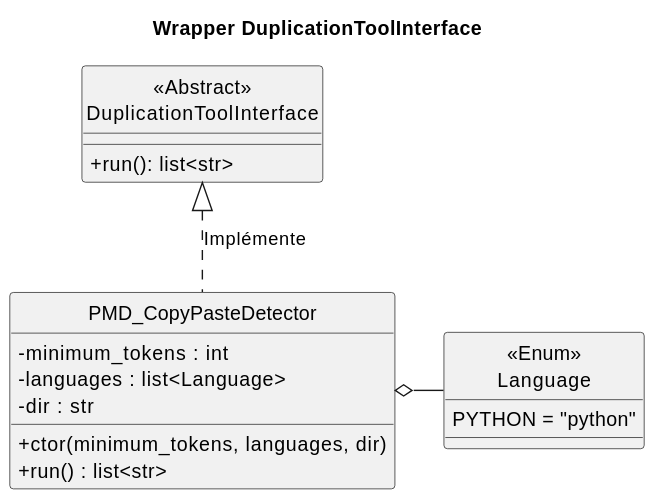
CAMaji/technical_debts keeps this PlantUML diagram as doc/wiki/puml/duplication_pmd_cpd.svg. Above is the earlier version.
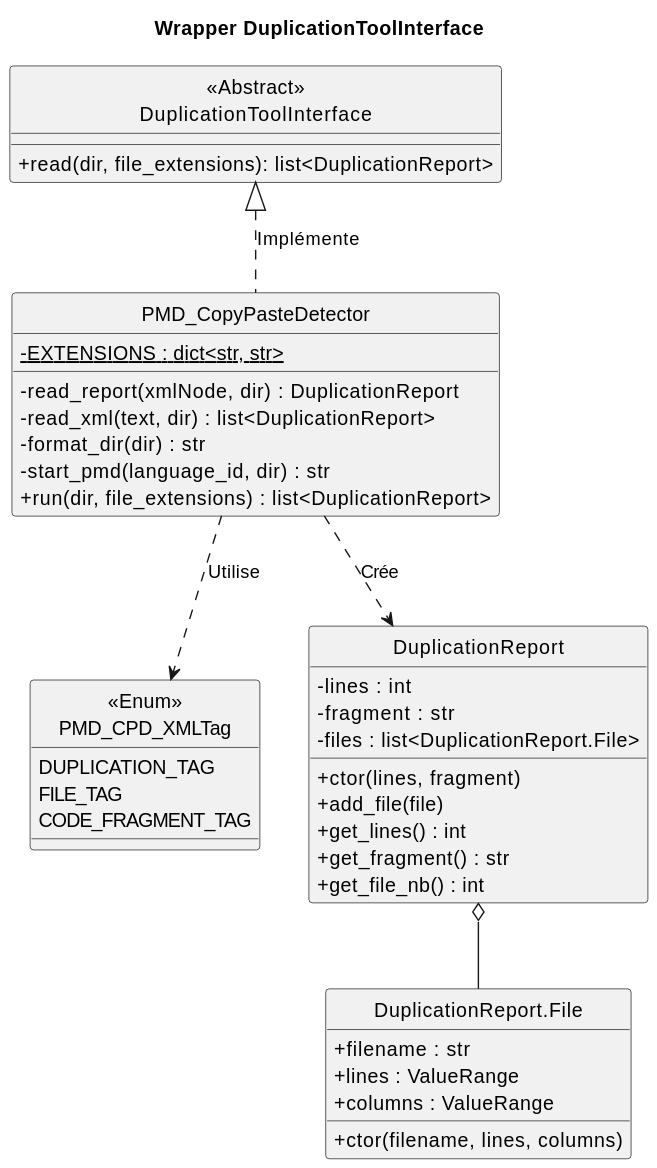
Above is the later version.

Commit message:
ajout documentation duplication

What changed in the source:
```diff
@@ -4,21 +4,44 @@
 title Wrapper DuplicationToolInterface
 
 class "<<Abstract>>\nDuplicationToolInterface" as DuplicationToolInterface {
-    + run(): list<str>
-}
-
-enum "<<Enum>>\nLanguage" as PMD_CPD_Language {
-    PYTHON = "python"
+    + read(dir, file_extensions): list<DuplicationReport>
 }
 
 class PMD_CopyPasteDetector {
-    - minimum_tokens : int
-    - languages : list<Language>
-    - dir : str
-    + ctor(minimum_tokens, languages, dir)
-    + run() : list<str>
+    - {static} EXTENSIONS : dict<str, str>
+    - read_report(xmlNode, dir) : DuplicationReport
+    - read_xml(text, dir) : list<DuplicationReport>
+    - format_dir(dir) : str
+    - start_pmd(language_id, dir) : str
+    + run(dir, file_extensions) : list<DuplicationReport>
 }
 
+enum "<<Enum>>\nPMD_CPD_XMLTag" as PMD_CPD_XMLTag {
+    DUPLICATION_TAG
+    FILE_TAG
+    CODE_FRAGMENT_TAG
+}
+
+class DuplicationReport {
+    - lines : int
+    - fragment : str
+    - files : list<DuplicationReport.File>
+    + ctor(lines, fragment)
+    + add_file(file)
+    + get_lines() : int
+    + get_fragment() : str
+    + get_file_nb() : int
+}
+
+class "DuplicationReport.File" as DRFile {
+    + filename : str
+    + lines : ValueRange
+    + columns : ValueRange
+    + ctor(filename, lines, columns)
+}
+
+DuplicationReport o-down- DRFile
 PMD_CopyPasteDetector .up.|> DuplicationToolInterface : "Implémente"
-PMD_CopyPasteDetector o-right- PMD_CPD_Language
+PMD_CopyPasteDetector .down.> PMD_CPD_XMLTag : "Utilise"
+PMD_CopyPasteDetector .down.> DuplicationReport : "Crée"
 @enduml
```
